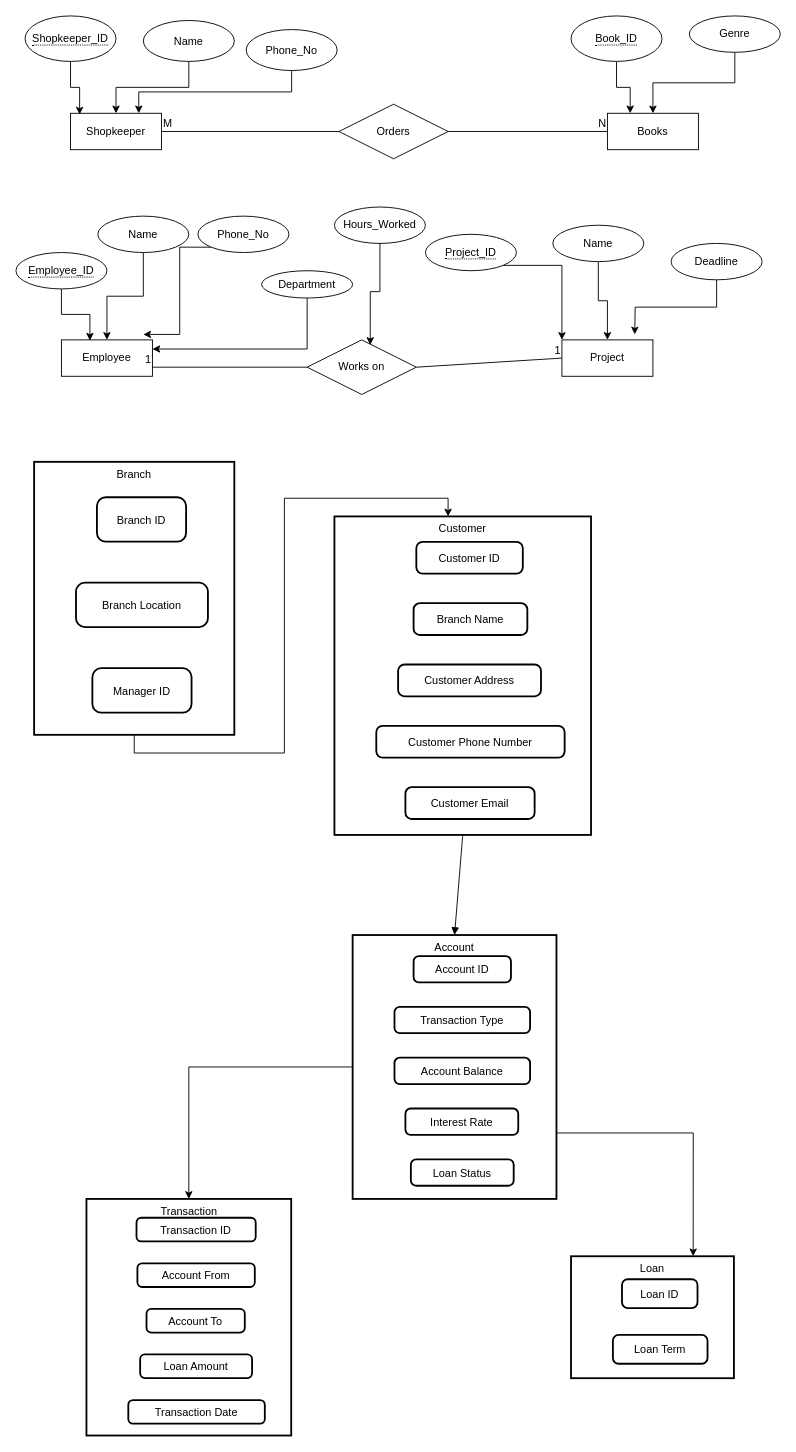
Before: Untitled Diagram.drawio in dhy-ani/dbms, a draw.io diagram. Source tidied: cells renumbered, new cells numbered last; positions are measured from the earlier drawing's top-left corner, leaving out a move shared by most shapes. Both pictures are drawn from the tidied source at 91%, with x=0, y=0 at pixel (15, 15).
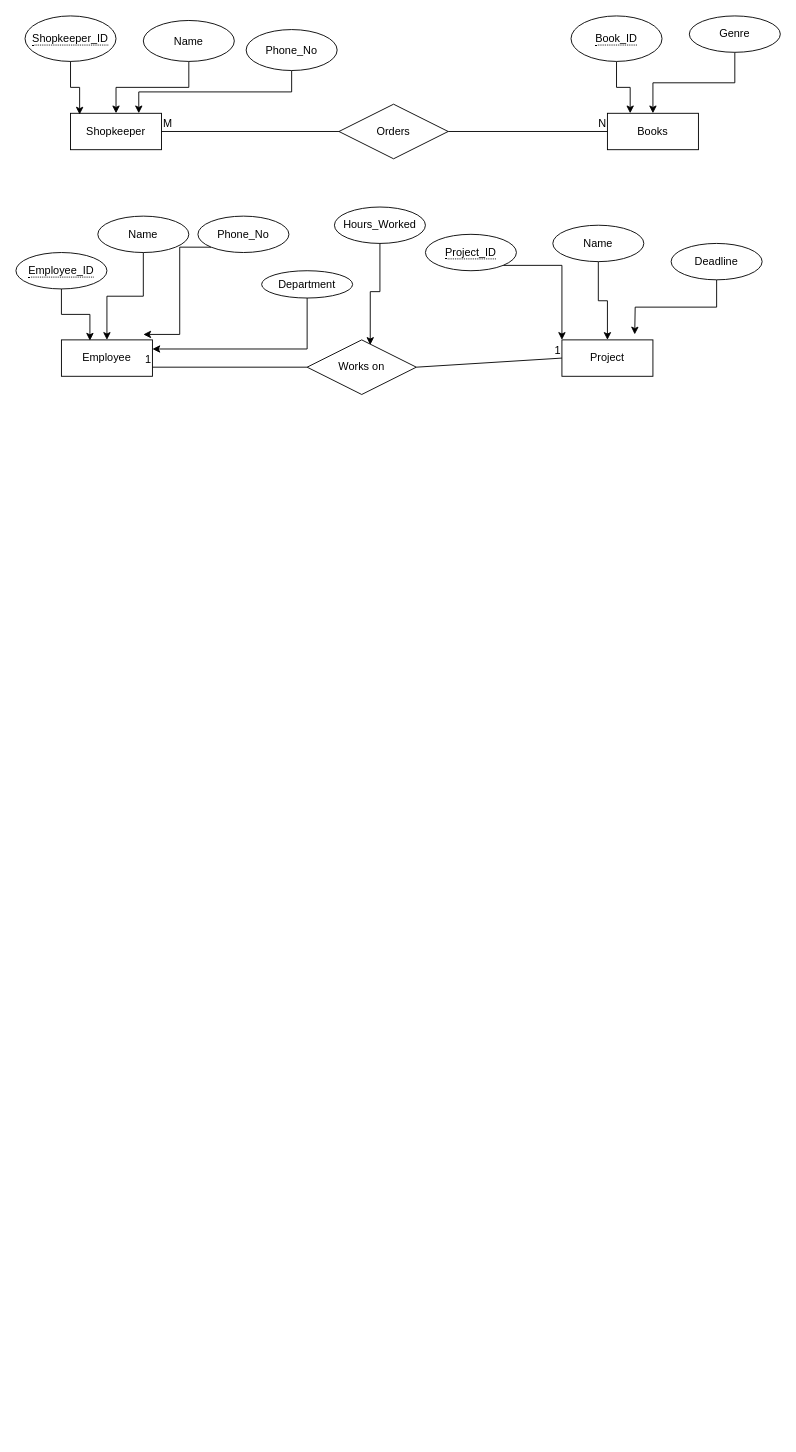
The same page after the edit.

The edit, as a diff of the source:
```diff
@@
-    <mxCell id="39" value="Branch" style="whiteSpace=wrap;strokeWidth=2;verticalAlign=top;" parent="1" vertex="1">
-      <mxGeometry x="20" y="490" width="220" height="300" as="geometry" />
-    </mxCell>
-    <mxCell id="40" value="Branch ID" style="rounded=1;arcSize=20;strokeWidth=2;" parent="39" vertex="1">
-      <mxGeometry x="69" y="38.9" width="98" height="48.8" as="geometry" />
-    </mxCell>
-    <mxCell id="41" value="Branch Location" style="rounded=1;arcSize=20;strokeWidth=2;" parent="39" vertex="1">
-      <mxGeometry x="46" y="132.8" width="145" height="48.8" as="geometry" />
-    </mxCell>
-    <mxCell id="42" value="Manager ID" style="rounded=1;arcSize=20;strokeWidth=2;" parent="39" vertex="1">
-      <mxGeometry x="64" y="226.8" width="109" height="48.8" as="geometry" />
-    </mxCell>
-    <mxCell id="43" value="Loan" style="whiteSpace=wrap;strokeWidth=2;verticalAlign=top;" parent="1" vertex="1">
-      <mxGeometry x="610" y="1363" width="179" height="134" as="geometry" />
-    </mxCell>
-    <mxCell id="44" value="Loan ID" style="rounded=1;arcSize=20;strokeWidth=2;" parent="43" vertex="1">
-      <mxGeometry x="56" y="25.3" width="83" height="31.7" as="geometry" />
-    </mxCell>
-    <mxCell id="45" value="Loan Term" style="rounded=1;arcSize=20;strokeWidth=2;" parent="43" vertex="1">
-      <mxGeometry x="46" y="86.4" width="104" height="31.7" as="geometry" />
-    </mxCell>
-    <mxCell id="46" value="Transaction" style="whiteSpace=wrap;strokeWidth=2;verticalAlign=top;" parent="1" vertex="1">
-      <mxGeometry x="77.5" y="1300" width="225" height="260" as="geometry" />
-    </mxCell>
-    <mxCell id="47" value="Transaction ID" style="rounded=1;arcSize=20;strokeWidth=2;" parent="46" vertex="1">
-      <mxGeometry x="55" y="20.7" width="131" height="26" as="geometry" />
-    </mxCell>
-    <mxCell id="48" value="Account From" style="rounded=1;arcSize=20;strokeWidth=2;" parent="46" vertex="1">
-      <mxGeometry x="56" y="70.8" width="129" height="26" as="geometry" />
-    </mxCell>
-    <mxCell id="49" value="Account To" style="rounded=1;arcSize=20;strokeWidth=2;" parent="46" vertex="1">
-      <mxGeometry x="66" y="120.9" width="108" height="26" as="geometry" />
-    </mxCell>
-    <mxCell id="50" value="Loan Amount" style="rounded=1;arcSize=20;strokeWidth=2;" parent="46" vertex="1">
-      <mxGeometry x="59" y="170.9" width="123" height="26" as="geometry" />
-    </mxCell>
-    <mxCell id="51" value="Transaction Date" style="rounded=1;arcSize=20;strokeWidth=2;" parent="46" vertex="1">
-      <mxGeometry x="46" y="221" width="150" height="26" as="geometry" />
-    </mxCell>
-    <mxCell id="52" style="edgeStyle=orthogonalEdgeStyle;rounded=0;jettySize=auto;html=1;exitX=0;exitY=0.5;exitDx=0;exitDy=0;entryX=0.5;entryY=0;entryDx=0;entryDy=0;" parent="1" edge="1" source="54" target="46">
-      <mxGeometry relative="1" as="geometry" />
-    </mxCell>
-    <mxCell id="53" style="edgeStyle=orthogonalEdgeStyle;rounded=0;jettySize=auto;html=1;exitX=1;exitY=0.75;exitDx=0;exitDy=0;entryX=0.75;entryY=0;entryDx=0;entryDy=0;" parent="1" edge="1" source="54" target="43">
-      <mxGeometry relative="1" as="geometry" />
-    </mxCell>
-    <mxCell id="54" value="Account" style="whiteSpace=wrap;strokeWidth=2;verticalAlign=top;" parent="1" vertex="1">
-      <mxGeometry x="370" y="1010" width="224" height="290" as="geometry" />
-    </mxCell>
-    <mxCell id="55" value="Account ID" style="rounded=1;arcSize=20;strokeWidth=2;" parent="54" vertex="1">
-      <mxGeometry x="67" y="23.1" width="107" height="29" as="geometry" />
-    </mxCell>
-    <mxCell id="56" value="Transaction Type" style="rounded=1;arcSize=20;strokeWidth=2;" parent="54" vertex="1">
-      <mxGeometry x="46" y="78.9" width="149" height="29" as="geometry" />
-    </mxCell>
-    <mxCell id="57" value="Account Balance" style="rounded=1;arcSize=20;strokeWidth=2;" parent="54" vertex="1">
-      <mxGeometry x="46" y="134.8" width="149" height="29" as="geometry" />
-    </mxCell>
-    <mxCell id="58" value="Interest Rate" style="rounded=1;arcSize=20;strokeWidth=2;" parent="54" vertex="1">
-      <mxGeometry x="58" y="190.6" width="124" height="29" as="geometry" />
-    </mxCell>
-    <mxCell id="59" value="Loan Status" style="rounded=1;arcSize=20;strokeWidth=2;" parent="54" vertex="1">
-      <mxGeometry x="64" y="246.5" width="113" height="29" as="geometry" />
-    </mxCell>
-    <mxCell id="60" value="Customer" style="whiteSpace=wrap;strokeWidth=2;verticalAlign=top;" parent="1" vertex="1">
-      <mxGeometry x="350" y="550" width="282" height="350" as="geometry" />
-    </mxCell>
-    <mxCell id="61" value="Customer ID" style="rounded=1;arcSize=20;strokeWidth=2;" parent="60" vertex="1">
-      <mxGeometry x="90" y="27.9" width="117" height="35" as="geometry" />
-    </mxCell>
-    <mxCell id="62" value="Branch Name" style="rounded=1;arcSize=20;strokeWidth=2;" parent="60" vertex="1">
-      <mxGeometry x="87" y="95.3" width="125" height="35" as="geometry" />
-    </mxCell>
-    <mxCell id="63" value="Customer Address" style="rounded=1;arcSize=20;strokeWidth=2;" parent="60" vertex="1">
-      <mxGeometry x="70" y="162.7" width="157" height="35" as="geometry" />
-    </mxCell>
-    <mxCell id="64" value="Customer Phone Number" style="rounded=1;arcSize=20;strokeWidth=2;" parent="60" vertex="1">
-      <mxGeometry x="46" y="230.1" width="207" height="35" as="geometry" />
-    </mxCell>
-    <mxCell id="65" value="Customer Email" style="rounded=1;arcSize=20;strokeWidth=2;" parent="60" vertex="1">
-      <mxGeometry x="78" y="297.5" width="142" height="35" as="geometry" />
-    </mxCell>
-    <mxCell id="66" style="curved=1;startArrow=none;endArrow=block;exitX=0.5;exitY=1;entryX=0.5;entryY=0;rounded=0;" parent="1" edge="1" source="60" target="54">
-      <mxGeometry relative="1" as="geometry" />
-    </mxCell>
@@
-    <mxCell id="70" style="edgeStyle=orthogonalEdgeStyle;rounded=0;jettySize=auto;html=1;exitX=0.5;exitY=1;exitDx=0;exitDy=0;entryX=0.443;entryY=0;entryDx=0;entryDy=0;entryPerimeter=0;" parent="1" edge="1" source="39" target="60">
-      <mxGeometry relative="1" as="geometry" />
-    </mxCell>
```
